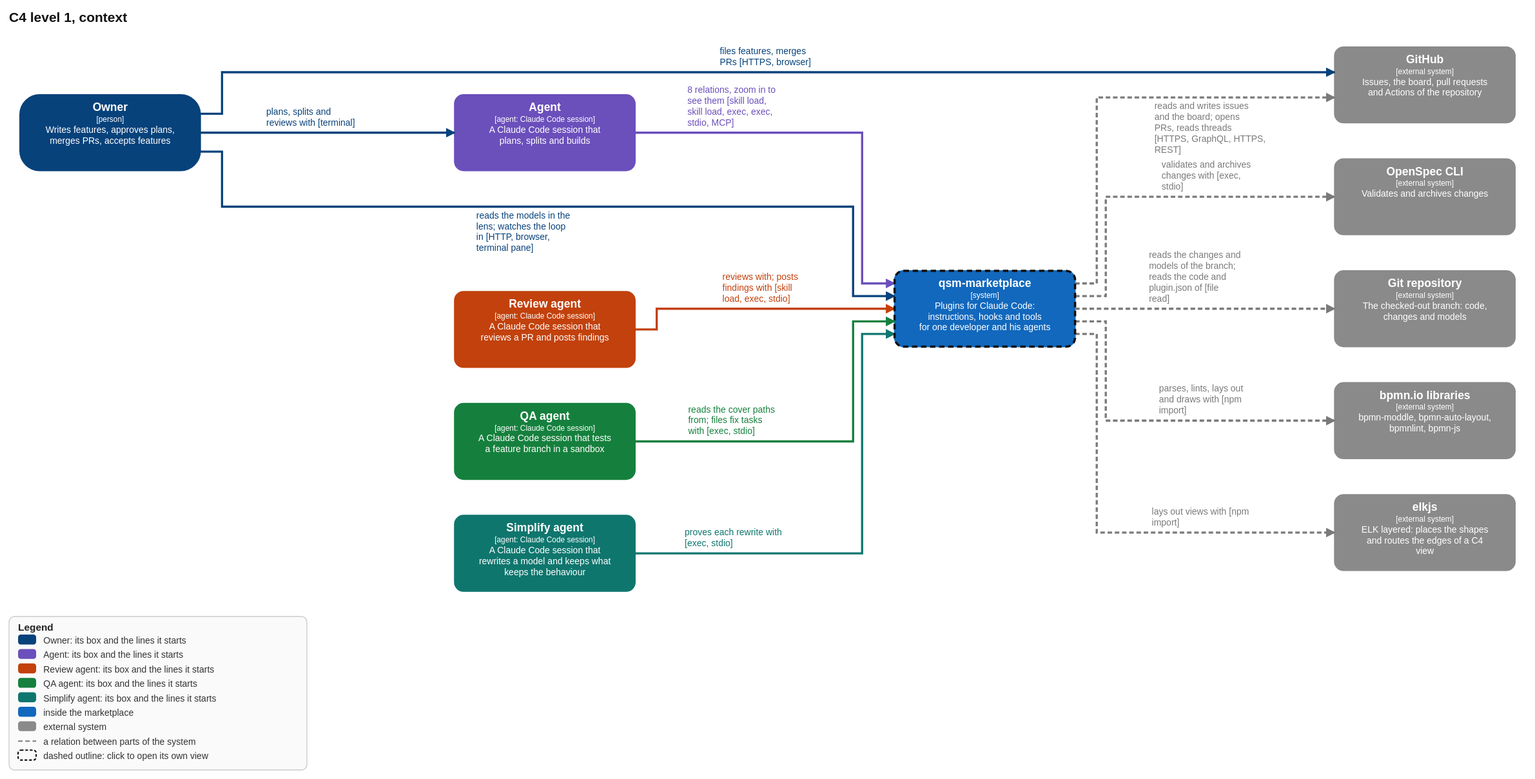
The draw.io diagram openspec/changes/feature-flow/models/marketplace.context.drawio.svg in qsmark-labs/qsm-marketplace, before a commit. Source tidied: cells renumbered, new cells last; positions are measured from the earlier drawing's top-left corner, leaving out a move shared by most shapes.
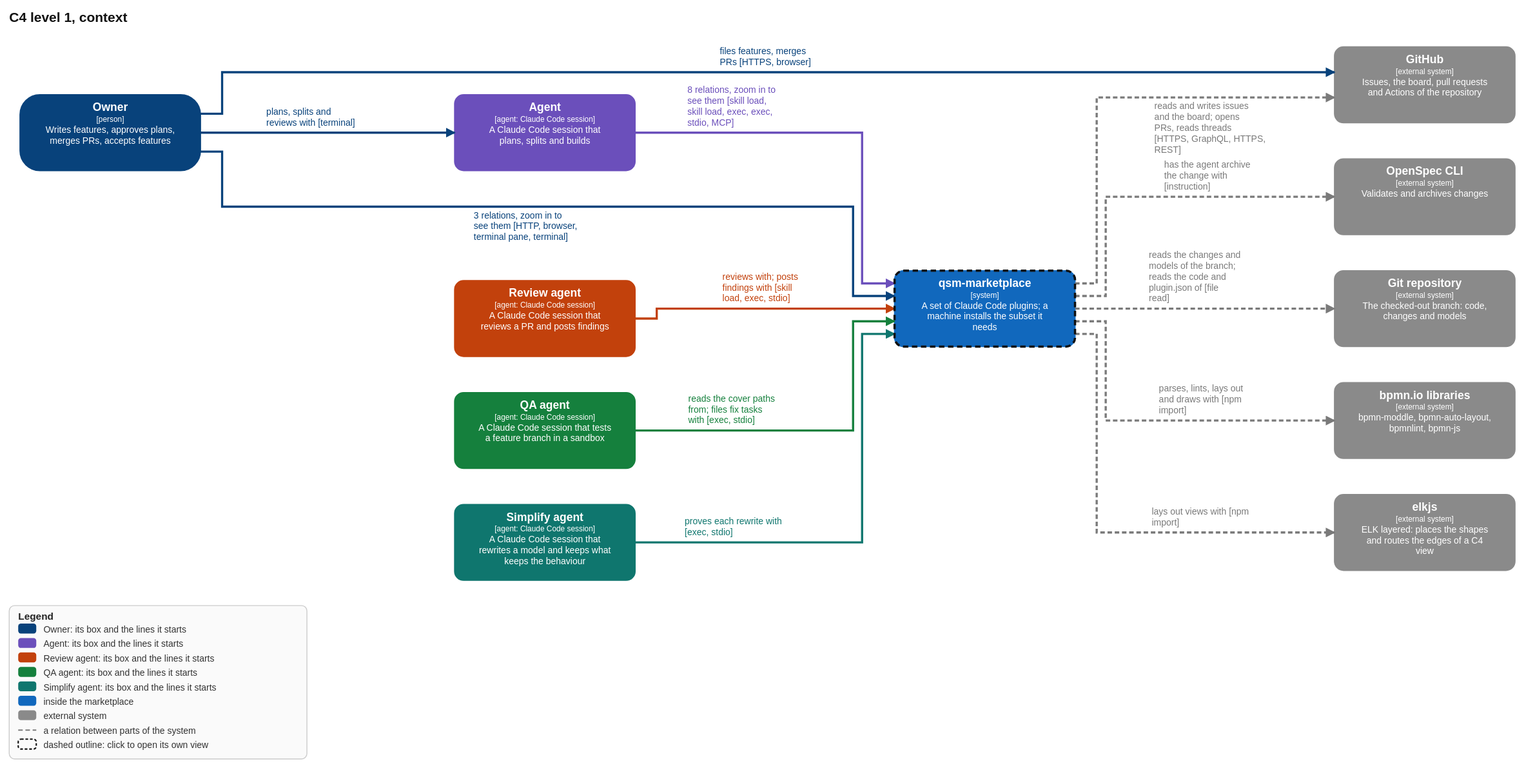
Above is the later version.

Diff of the diagram source:
```diff
@@ -14,17 +14,17 @@
     </object>
     <object id="4" label="&lt;b&gt;%c4Name%&lt;/b&gt;&lt;div&gt;[%c4Type%%c4TechnologySep%%c4Technology%]&lt;/div&gt;&lt;div style=&quot;font-size:11px&quot;&gt;%c4Description%&lt;/div&gt;" c4Colour="orange" c4Description="A Claude Code session that reviews a PR and posts findings" c4Id="reviewer" c4Name="Review agent" c4Tags="agent" c4Technology="Claude Code session" c4TechnologySep=": " c4Type="Software System" placeholders="1">
       <mxCell style="rounded=1;whiteSpace=wrap;html=1;arcSize=10;fillColor=#c2410c;strokeColor=#c2410c;fontColor=#ffffff;" parent="1" vertex="1">
-        <mxGeometry x="481.7" y="271" width="200" height="84" as="geometry" />
+        <mxGeometry x="481.7" y="259" width="200" height="84" as="geometry" />
       </mxCell>
     </object>
     <object id="5" label="&lt;b&gt;%c4Name%&lt;/b&gt;&lt;div&gt;[%c4Type%%c4TechnologySep%%c4Technology%]&lt;/div&gt;&lt;div style=&quot;font-size:11px&quot;&gt;%c4Description%&lt;/div&gt;" c4Colour="green" c4Description="A Claude Code session that tests a feature branch in a sandbox" c4Id="qa" c4Name="QA agent" c4Tags="agent" c4Technology="Claude Code session" c4TechnologySep=": " c4Type="Software System" placeholders="1">
       <mxCell style="rounded=1;whiteSpace=wrap;html=1;arcSize=10;fillColor=#15803d;strokeColor=#15803d;fontColor=#ffffff;" parent="1" vertex="1">
-        <mxGeometry x="481.7" y="395" width="200" height="84" as="geometry" />
+        <mxGeometry x="481.7" y="383" width="200" height="84" as="geometry" />
       </mxCell>
     </object>
     <object id="6" label="&lt;b&gt;%c4Name%&lt;/b&gt;&lt;div&gt;[%c4Type%%c4TechnologySep%%c4Technology%]&lt;/div&gt;&lt;div style=&quot;font-size:11px&quot;&gt;%c4Description%&lt;/div&gt;" c4Colour="teal" c4Description="A Claude Code session that rewrites a model and keeps what keeps the behaviour" c4Id="simplifier" c4Name="Simplify agent" c4Tags="agent" c4Technology="Claude Code session" c4TechnologySep=": " c4Type="Software System" placeholders="1">
       <mxCell style="rounded=1;whiteSpace=wrap;html=1;arcSize=10;fillColor=#0f766e;strokeColor=#0f766e;fontColor=#ffffff;" parent="1" vertex="1">
-        <mxGeometry x="481.7" y="519" width="200" height="84" as="geometry" />
+        <mxGeometry x="481.7" y="507" width="200" height="84" as="geometry" />
       </mxCell>
     </object>
     <object id="7" label="&lt;b&gt;%c4Name%&lt;/b&gt;&lt;div&gt;[%c4Type%%c4TechnologySep%%c4Technology%]&lt;/div&gt;&lt;div style=&quot;font-size:11px&quot;&gt;%c4Description%&lt;/div&gt;" c4Description="Issues, the board, pull requests and Actions of the repository" c4Id="github" c4Name="GitHub" c4Tags="external" c4Technology="" c4TechnologySep="" c4Type="Software System" placeholders="1">
@@ -52,7 +52,7 @@
         <mxGeometry x="1456.9" y="496" width="200" height="84" as="geometry" />
       </mxCell>
     </object>
-    <object id="12" label="&lt;b&gt;%c4Name%&lt;/b&gt;&lt;div&gt;[%c4Type%%c4TechnologySep%%c4Technology%]&lt;/div&gt;&lt;div style=&quot;font-size:11px&quot;&gt;%c4Description%&lt;/div&gt;" c4Description="Plugins for Claude Code: instructions, hooks and tools for one developer and his agents" c4Id="mp" c4Name="qsm-marketplace" c4Tags="" c4Technology="" c4TechnologySep="" c4Type="Software System" placeholders="1">
+    <object id="12" label="&lt;b&gt;%c4Name%&lt;/b&gt;&lt;div&gt;[%c4Type%%c4TechnologySep%%c4Technology%]&lt;/div&gt;&lt;div style=&quot;font-size:11px&quot;&gt;%c4Description%&lt;/div&gt;" c4Description="A set of Claude Code plugins; a machine installs the subset it needs" c4Id="mp" c4Name="qsm-marketplace" c4Tags="" c4Technology="" c4TechnologySep="" c4Type="Software System" placeholders="1">
       <mxCell style="rounded=1;whiteSpace=wrap;html=1;arcSize=10;fillColor=#1168bd;strokeColor=#1168bd;fontColor=#ffffff;" parent="1" vertex="1">
         <mxGeometry x="969.3" y="248" width="200" height="84" as="geometry" />
       </mxCell>
@@ -72,7 +72,7 @@
         </mxGeometry>
       </mxCell>
     </object>
-    <object id="15" label="%c4Description%" c4Description="reads the models in the lens; watches the loop in [HTTP, browser, terminal pane]" c4Type="Relationship" placeholders="1">
+    <object id="15" label="%c4Description%" c4Description="3 relations, zoom in to see them [HTTP, browser, terminal pane, terminal]" c4Type="Relationship" placeholders="1">
       <mxCell style="edgeStyle=orthogonalEdgeStyle;rounded=1;endArrow=blockThin;endFill=1;html=1;fontSize=10;strokeColor=#08427b;fontColor=#08427b;strokeWidth=2.4;" parent="1" edge="1" source="2" target="12">
         <mxGeometry relative="1" as="geometry">
           <Array as="points">
@@ -98,7 +98,7 @@
       <mxCell style="edgeStyle=orthogonalEdgeStyle;rounded=1;endArrow=blockThin;endFill=1;html=1;fontSize=10;strokeColor=#c2410c;fontColor=#c2410c;strokeWidth=2.4;" parent="1" edge="1" source="4" target="12">
         <mxGeometry relative="1" as="geometry">
           <Array as="points">
-            <mxPoint x="705.7" y="313" />
+            <mxPoint x="705.7" y="301" />
             <mxPoint x="705.7" y="290" />
           </Array>
         </mxGeometry>
@@ -108,7 +108,7 @@
       <mxCell style="edgeStyle=orthogonalEdgeStyle;rounded=1;endArrow=blockThin;endFill=1;html=1;fontSize=10;strokeColor=#15803d;fontColor=#15803d;strokeWidth=2.4;" parent="1" edge="1" source="5" target="12">
         <mxGeometry relative="1" as="geometry">
           <Array as="points">
-            <mxPoint x="923.3" y="437" />
+            <mxPoint x="923.3" y="425" />
             <mxPoint x="923.3" y="304" />
           </Array>
         </mxGeometry>
@@ -118,7 +118,7 @@
       <mxCell style="edgeStyle=orthogonalEdgeStyle;rounded=1;endArrow=blockThin;endFill=1;html=1;fontSize=10;strokeColor=#0f766e;fontColor=#0f766e;strokeWidth=2.4;" parent="1" edge="1" source="6" target="12">
         <mxGeometry relative="1" as="geometry">
           <Array as="points">
-            <mxPoint x="933.3" y="561" />
+            <mxPoint x="933.3" y="549" />
             <mxPoint x="933.3" y="318" />
           </Array>
         </mxGeometry>
@@ -134,7 +134,7 @@
         </mxGeometry>
       </mxCell>
     </object>
-    <object id="21" label="%c4Description%" c4Description="validates and archives changes with [exec, stdio]" c4Type="Relationship" placeholders="1">
+    <object id="21" label="%c4Description%" c4Description="has the agent archive the change with [instruction]" c4Type="Relationship" placeholders="1">
       <mxCell style="edgeStyle=orthogonalEdgeStyle;rounded=1;endArrow=blockThin;endFill=1;html=1;fontSize=10;strokeColor=#7a7a7a;fontColor=#7a7a7a;strokeWidth=2.4;dashed=1;" parent="1" edge="1" source="12" target="8">
         <mxGeometry relative="1" as="geometry">
           <Array as="points">
```
